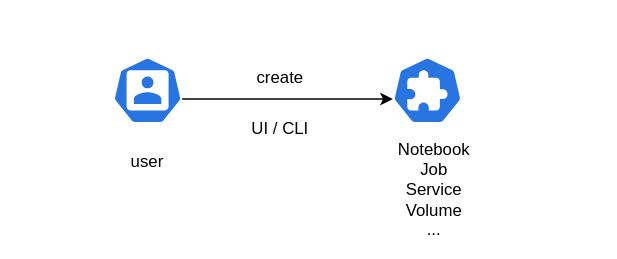
This is src/assets/overview/use-t9k.drawio.svg from t9k/user-manuals, a draw.io export, as it was before one commit. Source tidied: cells renumbered, new cells last; positions are measured from the earlier drawing's top-left corner, leaving out a move shared by most shapes.
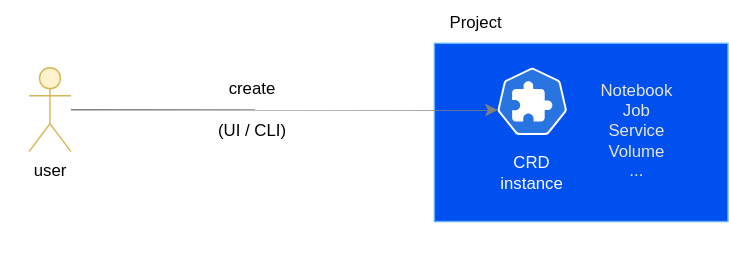
After the change.

The edit, as a diff of the source:
```diff
@@ -3,28 +3,34 @@
     <mxCell id="0" />
     <mxCell id="1" parent="0" />
     <mxCell id="2" style="rounded=0;whiteSpace=wrap;html=1;dashed=1;dashPattern=8 8;strokeColor=none;" parent="1" vertex="1">
-      <mxGeometry width="440" height="184" as="geometry" />
+      <mxGeometry x="60" y="-7" width="505" height="184" as="geometry" />
     </mxCell>
-    <mxCell id="3" style="sketch=0;html=1;dashed=0;whitespace=wrap;fillColor=#2875E2;strokeColor=#ffffff;points=[[0.005,0.63,0],[0.1,0.2,0],[0.9,0.2,0],[0.5,0,0],[0.995,0.63,0],[0.72,0.99,0],[0.5,1,0],[0.28,0.99,0]];verticalLabelPosition=bottom;align=center;verticalAlign=top;shape=mxgraph.kubernetes.icon;prIcon=user;" parent="1" vertex="1">
-      <mxGeometry x="80" y="40" width="50" height="48" as="geometry" />
-    </mxCell>
+    <mxCell id="10" style="rounded=0;whiteSpace=wrap;html=1;fillColor=#0050ef;fontColor=#ffffff;strokeColor=#66B2FF;" parent="1" vertex="1">
+      <mxGeometry x="370" y="22.5" width="210" height="127.5" as="geometry" />
+    </mxCell>
     <mxCell id="4" style="sketch=0;html=1;dashed=0;whitespace=wrap;fillColor=#2875E2;strokeColor=#ffffff;points=[[0.005,0.63,0],[0.1,0.2,0],[0.9,0.2,0],[0.5,0,0],[0.995,0.63,0],[0.72,0.99,0],[0.5,1,0],[0.28,0.99,0]];verticalLabelPosition=bottom;align=center;verticalAlign=top;shape=mxgraph.kubernetes.icon;prIcon=crd;" parent="1" vertex="1">
-      <mxGeometry x="280" y="40" width="50" height="48" as="geometry" />
+      <mxGeometry x="415" y="40" width="50" height="48" as="geometry" />
     </mxCell>
-    <mxCell id="5" style="endArrow=classic;html=1;exitX=0.995;exitY=0.63;exitDx=0;exitDy=0;exitPerimeter=0;entryX=0.005;entryY=0.63;entryDx=0;entryDy=0;entryPerimeter=0;" parent="1" edge="1" source="3" target="4">
-      <mxGeometry relative="1" as="geometry" />
-    </mxCell>
-    <mxCell id="6" value="UI / CLI" style="text;html=1;strokeColor=none;fillColor=none;align=center;verticalAlign=middle;whiteSpace=wrap;rounded=0;" parent="1" vertex="1">
-      <mxGeometry x="170" y="77" width="60" height="30" as="geometry" />
+    <mxCell id="6" value="(UI / CLI)" style="text;html=1;strokeColor=none;fillColor=none;align=center;verticalAlign=middle;whiteSpace=wrap;rounded=0;" parent="1" vertex="1">
+      <mxGeometry x="210" y="70" width="60" height="30" as="geometry" />
     </mxCell>
-    <mxCell id="7" value="Notebook&lt;br&gt;Job&lt;br&gt;Service&lt;br&gt;Volume&lt;br&gt;..." style="text;html=1;strokeColor=none;fillColor=none;align=center;verticalAlign=middle;whiteSpace=wrap;rounded=0;" parent="1" vertex="1">
-      <mxGeometry x="280" y="120" width="60" height="30" as="geometry" />
+    <mxCell id="7" value="&lt;font color=&quot;#e6e6e6&quot;&gt;Notebook&lt;br&gt;Job&lt;br&gt;Service&lt;br&gt;Volume&lt;br&gt;...&lt;/font&gt;" style="text;html=1;strokeColor=none;fillColor=none;align=center;verticalAlign=middle;whiteSpace=wrap;rounded=0;" parent="1" vertex="1">
+      <mxGeometry x="485" y="70" width="60" height="30" as="geometry" />
     </mxCell>
     <mxCell id="8" value="create" style="text;html=1;strokeColor=none;fillColor=none;align=center;verticalAlign=middle;whiteSpace=wrap;rounded=0;" parent="1" vertex="1">
-      <mxGeometry x="170" y="40" width="60" height="30" as="geometry" />
+      <mxGeometry x="210" y="40" width="60" height="30" as="geometry" />
     </mxCell>
+    <mxCell id="11" value="&lt;font color=&quot;#ffffff&quot;&gt;CRD instance&lt;/font&gt;" style="text;html=1;strokeColor=none;fillColor=none;align=center;verticalAlign=middle;whiteSpace=wrap;rounded=0;" parent="1" vertex="1">
+      <mxGeometry x="410" y="100" width="60" height="30" as="geometry" />
+    </mxCell>
+    <mxCell id="12" value="Project" style="text;html=1;strokeColor=none;fillColor=none;align=center;verticalAlign=middle;whiteSpace=wrap;rounded=0;" parent="1" vertex="1">
+      <mxGeometry x="370" y="-7.5" width="60" height="30" as="geometry" />
+    </mxCell>
+    <mxCell id="13" style="edgeStyle=none;html=1;entryX=0.005;entryY=0.63;entryDx=0;entryDy=0;fontColor=#FFFFFF;entryPerimeter=0;strokeColor=#808080;" parent="1" edge="1" source="9" target="4">
+      <mxGeometry relative="1" as="geometry" />
+    </mxCell>
-    <mxCell id="9" value="user" style="text;html=1;strokeColor=none;fillColor=none;align=center;verticalAlign=middle;whiteSpace=wrap;rounded=0;" parent="1" vertex="1">
-      <mxGeometry x="75" y="100" width="60" height="30" as="geometry" />
+    <mxCell id="9" value="user" style="shape=umlActor;verticalLabelPosition=bottom;verticalAlign=top;html=1;outlineConnect=0;fillColor=#fff2cc;strokeColor=#d6b656;strokeWidth=1;" parent="1" vertex="1">
+      <mxGeometry x="80" y="40" width="30" height="60" as="geometry" />
     </mxCell>
   </root>
 </mxGraphModel>
```
